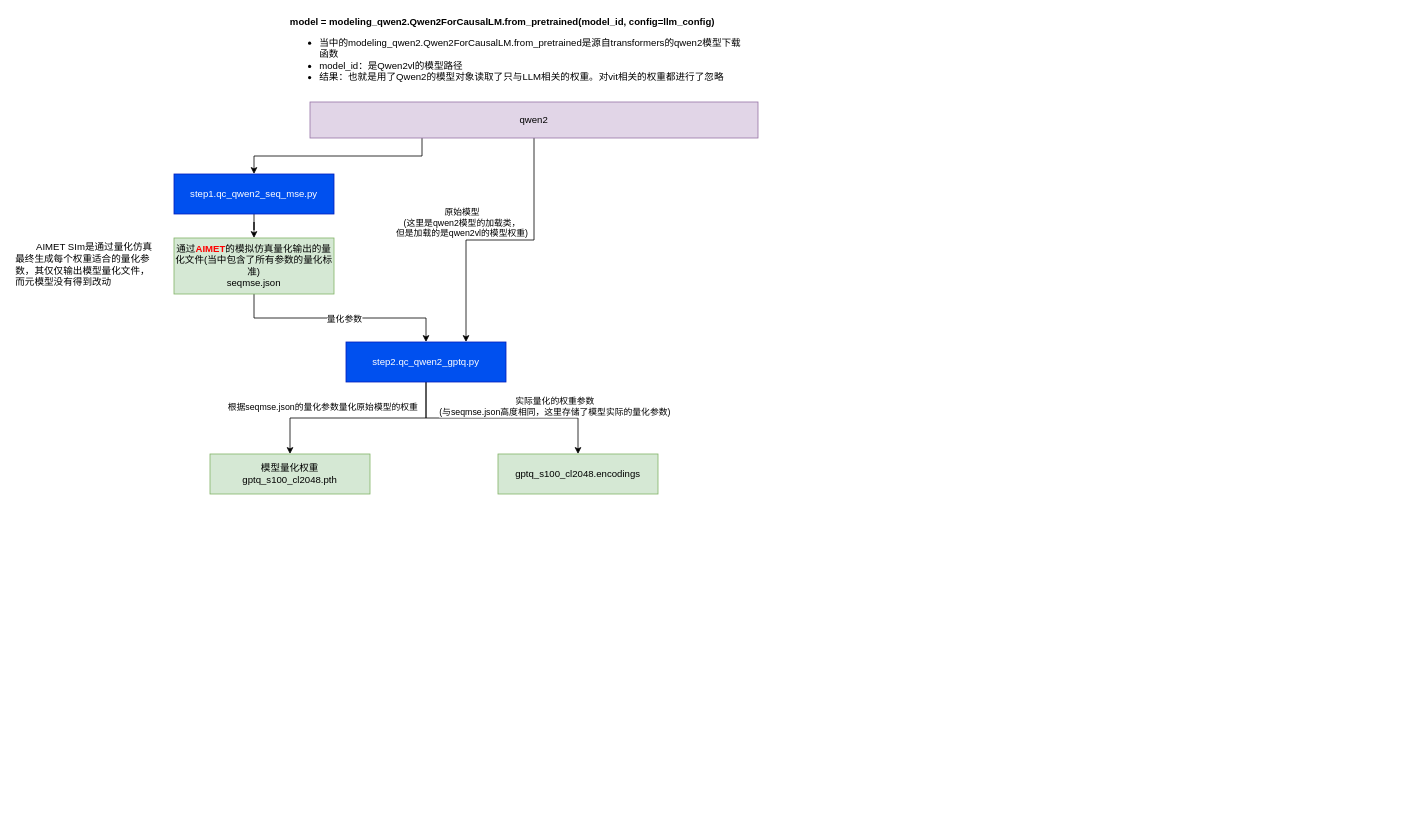
mailonghua/drawio keeps this draw.io diagram as LLM/mllm_hexagon_npu_convert_detail.drawio. Above is the earlier version. Source tidied: cells renumbered, new cells numbered last; positions are measured from the earlier drawing's top-left corner, leaving out a move shared by most shapes. Both pictures are drawn from the tidied source at 80%, with x=0, y=0 at pixel (14, 14).
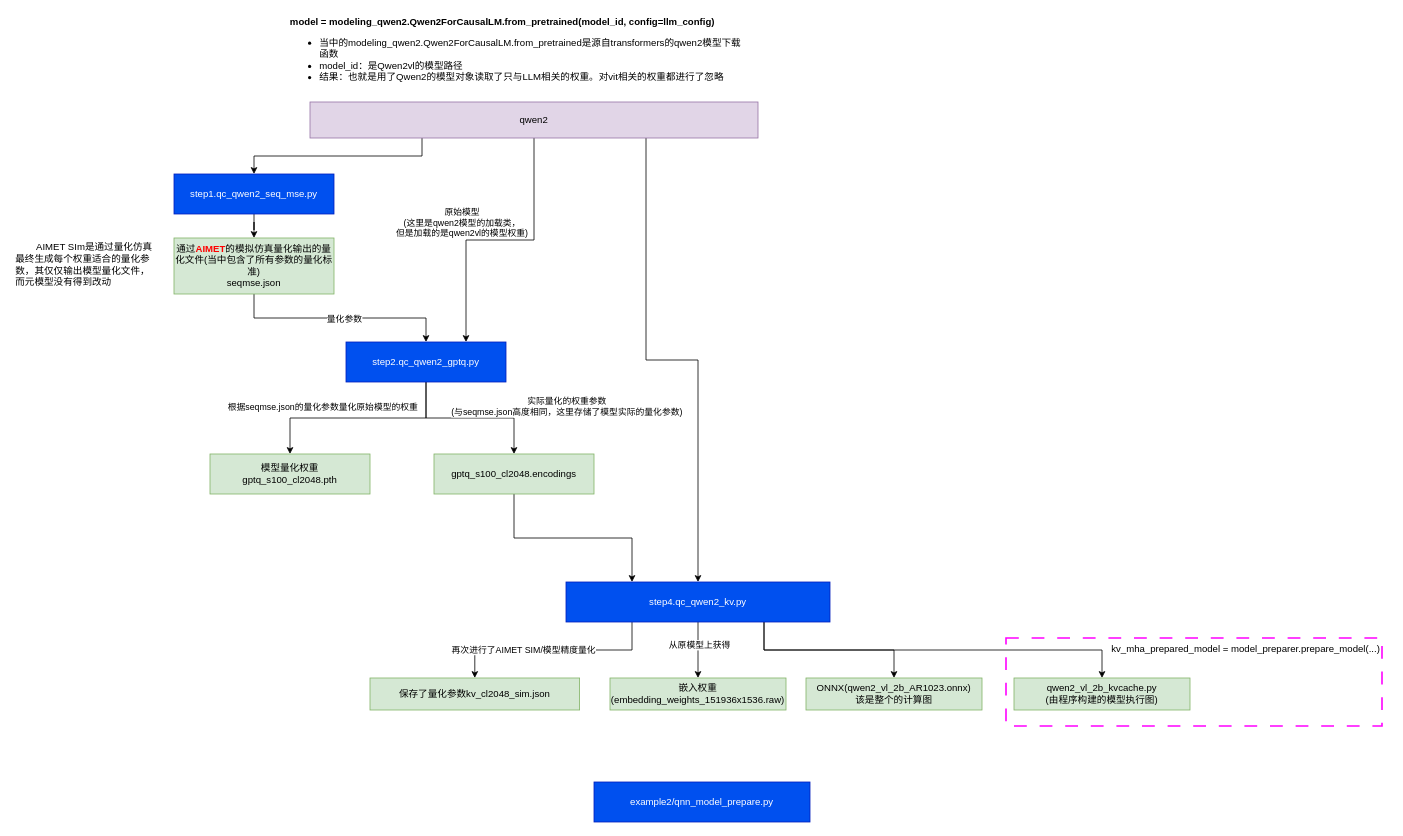
The same page after the edit.

The change refers to these unchanged cells:
```xml
<mxCell id="10" value="qwen2" style="rounded=0;whiteSpace=wrap;html=1;fillColor=#e1d5e7;strokeColor=#9673a6;" parent="1" vertex="1">
  <mxGeometry x="370" y="110" width="560" height="45" as="geometry" />
</mxCell>
```

Change to the diagram source:
```diff
@@
+    <mxCell id="20" style="rounded=0;whiteSpace=wrap;html=1;dashed=1;dashPattern=8 8;strokeColor=#FF00FF;strokeWidth=2;" parent="1" vertex="1">
+      <mxGeometry x="1240" y="780" width="470" height="110" as="geometry" />
+    </mxCell>
@@
+    <mxCell id="21" style="edgeStyle=orthogonalEdgeStyle;rounded=0;jettySize=auto;html=1;exitX=0.75;exitY=1;exitDx=0;exitDy=0;" parent="1" edge="1" source="10" target="29">
+      <mxGeometry relative="1" as="geometry" />
+    </mxCell>
@@
+    <mxCell id="22" style="edgeStyle=orthogonalEdgeStyle;rounded=0;jettySize=auto;html=1;exitX=0.5;exitY=1;exitDx=0;exitDy=0;entryX=0.25;entryY=0;entryDx=0;entryDy=0;" parent="1" edge="1" source="18" target="29">
+      <mxGeometry relative="1" as="geometry" />
+    </mxCell>
     <mxCell id="18" value="gptq_s100_cl2048.encodings" style="rounded=0;whiteSpace=wrap;html=1;fillColor=#d5e8d4;strokeColor=#82b366;" parent="1" vertex="1">
-      <mxGeometry x="605" y="550" width="200" height="50" as="geometry" />
+      <mxGeometry x="525" y="550" width="200" height="50" as="geometry" />
     </mxCell>
     <mxCell id="19" value="实际量化的权重参数&lt;div&gt;(与seqmse.json高度相同，这里存储了模型实际的量化参数)&lt;/div&gt;" style="edgeLabel;html=1;align=center;verticalAlign=middle;" parent="1" vertex="1">
-      <mxGeometry x="675" y="490" as="geometry" />
+      <mxGeometry x="690" y="490" as="geometry" />
     </mxCell>
+    <mxCell id="23" style="edgeStyle=orthogonalEdgeStyle;rounded=0;jettySize=auto;html=1;exitX=0.25;exitY=1;exitDx=0;exitDy=0;" parent="1" edge="1" source="29" target="30">
+      <mxGeometry relative="1" as="geometry" />
+    </mxCell>
+    <mxCell id="24" value="再次进行了AIMET SIM/模型精度量化" style="edgeLabel;html=1;align=center;verticalAlign=middle;" parent="23" vertex="1">
+      <mxGeometry x="0.28" y="-1" relative="1" as="geometry" />
+    </mxCell>
+    <mxCell id="25" style="edgeStyle=orthogonalEdgeStyle;rounded=0;jettySize=auto;html=1;exitX=0.5;exitY=1;exitDx=0;exitDy=0;entryX=0.5;entryY=0;entryDx=0;entryDy=0;" parent="1" edge="1" source="29" target="31">
+      <mxGeometry relative="1" as="geometry" />
+    </mxCell>
+    <mxCell id="26" value="从原模型上获得" style="edgeLabel;html=1;align=center;verticalAlign=middle;" parent="25" vertex="1">
+      <mxGeometry x="-0.19" y="1" relative="1" as="geometry" />
+    </mxCell>
+    <mxCell id="27" style="edgeStyle=orthogonalEdgeStyle;rounded=0;jettySize=auto;html=1;exitX=0.75;exitY=1;exitDx=0;exitDy=0;entryX=0.5;entryY=0;entryDx=0;entryDy=0;" parent="1" edge="1" source="29" target="32">
+      <mxGeometry relative="1" as="geometry" />
+    </mxCell>
+    <mxCell id="28" style="edgeStyle=orthogonalEdgeStyle;rounded=0;jettySize=auto;html=1;exitX=0.75;exitY=1;exitDx=0;exitDy=0;" parent="1" edge="1" source="29" target="34">
+      <mxGeometry relative="1" as="geometry" />
+    </mxCell>
+    <mxCell id="29" value="step4.qc_qwen2_kv.py" style="rounded=0;whiteSpace=wrap;html=1;fillColor=#0050ef;fontColor=#ffffff;strokeColor=#001DBC;" parent="1" vertex="1">
+      <mxGeometry x="690" y="710" width="330" height="50" as="geometry" />
+    </mxCell>
+    <mxCell id="30" value="保存了量化参数kv_cl2048_sim.json" style="rounded=0;whiteSpace=wrap;html=1;fillColor=#d5e8d4;strokeColor=#82b366;" parent="1" vertex="1">
+      <mxGeometry x="445" y="830" width="262" height="40" as="geometry" />
+    </mxCell>
+    <mxCell id="31" value="嵌入权重&lt;div&gt;(embedding_weights_151936x1536.raw)&lt;/div&gt;" style="rounded=0;whiteSpace=wrap;html=1;fillColor=#d5e8d4;strokeColor=#82b366;" parent="1" vertex="1">
+      <mxGeometry x="745" y="830" width="220" height="40" as="geometry" />
+    </mxCell>
+    <mxCell id="32" value="ONNX(qwen2_vl_2b_AR1023.onnx)&lt;br&gt;该是整个的计算图" style="rounded=0;whiteSpace=wrap;html=1;fillColor=#d5e8d4;strokeColor=#82b366;" parent="1" vertex="1">
+      <mxGeometry x="990" y="830" width="220" height="40" as="geometry" />
+    </mxCell>
+    <mxCell id="33" value="example2/qnn_model_prepare.py" style="rounded=0;whiteSpace=wrap;html=1;fillColor=#0050ef;fontColor=#ffffff;strokeColor=#001DBC;" parent="1" vertex="1">
+      <mxGeometry x="725" y="960" width="270" height="50" as="geometry" />
+    </mxCell>
+    <mxCell id="34" value="&lt;span style=&quot;text-align: left;&quot;&gt;qwen2_vl_2b_kvcache.py&lt;/span&gt;&lt;div style=&quot;text-align: left;&quot;&gt;(由程序构建的模型执行图)&lt;/div&gt;" style="rounded=0;whiteSpace=wrap;html=1;fillColor=#d5e8d4;strokeColor=#82b366;" parent="1" vertex="1">
+      <mxGeometry x="1250" y="830" width="220" height="40" as="geometry" />
+    </mxCell>
+    <mxCell id="35" value="kv_mha_prepared_model = model_preparer.prepare_model(...)" style="text;whiteSpace=wrap;" parent="1" vertex="1">
+      <mxGeometry x="1370" y="780" width="350" height="40" as="geometry" />
+    </mxCell>
```
